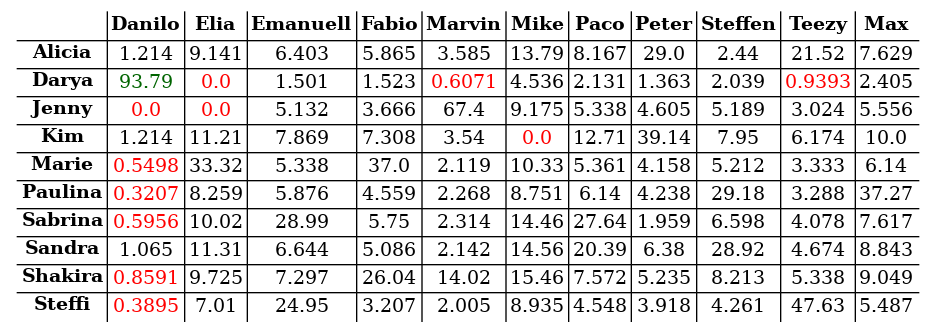
The Graphviz diagram s03r/s03r_tab.png in atticus-sullivan/sim-ayto, before a commit. Its source is kept beside it as s03r/s03r_tab.dot.
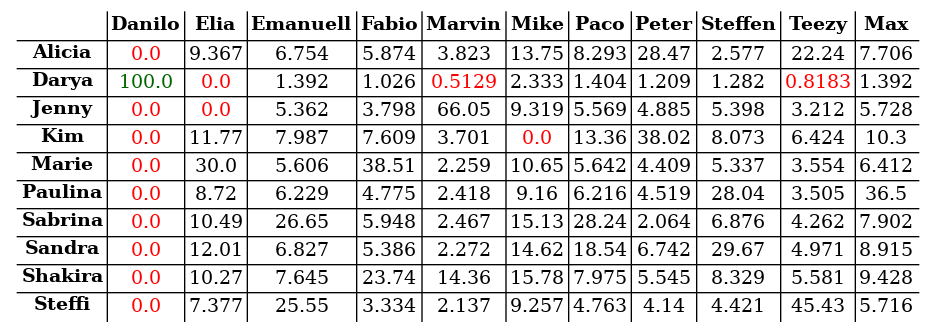
The same file after the commit.

The edit, as a diff of the source:
```diff
@@ -15,134 +15,134 @@
 <td><B>Max</B></td>
 </tr>
 <tr><td><B>Alicia</B></td>
-<td><font color="black">1.214</font></td>
-<td><font color="black">9.141</font></td>
-<td><font color="black">6.403</font></td>
-<td><font color="black">5.865</font></td>
-<td><font color="black">3.585</font></td>
-<td><font color="black">13.79</font></td>
-<td><font color="black">8.167</font></td>
-<td><font color="black">29.0</font></td>
-<td><font color="black">2.44</font></td>
-<td><font color="black">21.52</font></td>
-<td><font color="black">7.629</font></td>
+<td><font color="red">0.0</font></td>
+<td><font color="black">9.367</font></td>
+<td><font color="black">6.754</font></td>
+<td><font color="black">5.874</font></td>
+<td><font color="black">3.823</font></td>
+<td><font color="black">13.75</font></td>
+<td><font color="black">8.293</font></td>
+<td><font color="black">28.47</font></td>
+<td><font color="black">2.577</font></td>
+<td><font color="black">22.24</font></td>
+<td><font color="black">7.706</font></td>
 </tr>
 <tr><td><B>Darya</B></td>
-<td><font color="darkgreen">93.79</font></td>
+<td><font color="darkgreen">100.0</font></td>
 <td><font color="red">0.0</font></td>
-<td><font color="black">1.501</font></td>
-<td><font color="black">1.523</font></td>
-<td><font color="red">0.6071</font></td>
-<td><font color="black">4.536</font></td>
-<td><font color="black">2.131</font></td>
-<td><font color="black">1.363</font></td>
-<td><font color="black">2.039</font></td>
-<td><font color="red">0.9393</font></td>
-<td><font color="black">2.405</font></td>
+<td><font color="black">1.392</font></td>
+<td><font color="black">1.026</font></td>
+<td><font color="red">0.5129</font></td>
+<td><font color="black">2.333</font></td>
+<td><font color="black">1.404</font></td>
+<td><font color="black">1.209</font></td>
+<td><font color="black">1.282</font></td>
+<td><font color="red">0.8183</font></td>
+<td><font color="black">1.392</font></td>
 </tr>
 <tr><td><B>Jenny</B></td>
 <td><font color="red">0.0</font></td>
 <td><font color="red">0.0</font></td>
-<td><font color="black">5.132</font></td>
-<td><font color="black">3.666</font></td>
-<td><font color="black">67.4</font></td>
-<td><font color="black">9.175</font></td>
-<td><font color="black">5.338</font></td>
-<td><font color="black">4.605</font></td>
-<td><font color="black">5.189</font></td>
-<td><font color="black">3.024</font></td>
-<td><font color="black">5.556</font></td>
+<td><font color="black">5.362</font></td>
+<td><font color="black">3.798</font></td>
+<td><font color="black">66.05</font></td>
+<td><font color="black">9.319</font></td>
+<td><font color="black">5.569</font></td>
+<td><font color="black">4.885</font></td>
+<td><font color="black">5.398</font></td>
+<td><font color="black">3.212</font></td>
+<td><font color="black">5.728</font></td>
 </tr>
 <tr><td><B>Kim</B></td>
-<td><font color="black">1.214</font></td>
-<td><font color="black">11.21</font></td>
-<td><font color="black">7.869</font></td>
-<td><font color="black">7.308</font></td>
-<td><font color="black">3.54</font></td>
 <td><font color="red">0.0</font></td>
-<td><font color="black">12.71</font></td>
-<td><font color="black">39.14</font></td>
-<td><font color="black">7.95</font></td>
-<td><font color="black">6.174</font></td>
-<td><font color="black">10.0</font></td>
+<td><font color="black">11.77</font></td>
+<td><font color="black">7.987</font></td>
+<td><font color="black">7.609</font></td>
+<td><font color="black">3.701</font></td>
+<td><font color="red">0.0</font></td>
+<td><font color="black">13.36</font></td>
+<td><font color="black">38.02</font></td>
+<td><font color="black">8.073</font></td>
+<td><font color="black">6.424</font></td>
+<td><font color="black">10.3</font></td>
 </tr>
 <tr><td><B>Marie</B></td>
-<td><font color="red">0.5498</font></td>
-<td><font color="black">33.32</font></td>
-<td><font color="black">5.338</font></td>
-<td><font color="black">37.0</font></td>
-<td><font color="black">2.119</font></td>
-<td><font color="black">10.33</font></td>
-<td><font color="black">5.361</font></td>
-<td><font color="black">4.158</font></td>
-<td><font color="black">5.212</font></td>
-<td><font color="black">3.333</font></td>
-<td><font color="black">6.14</font></td>
+<td><font color="red">0.0</font></td>
+<td><font color="black">30.0</font></td>
+<td><font color="black">5.606</font></td>
+<td><font color="black">38.51</font></td>
+<td><font color="black">2.259</font></td>
+<td><font color="black">10.65</font></td>
+<td><font color="black">5.642</font></td>
+<td><font color="black">4.409</font></td>
+<td><font color="black">5.337</font></td>
+<td><font color="black">3.554</font></td>
+<td><font color="black">6.412</font></td>
 </tr>
 <tr><td><B>Paulina</B></td>
-<td><font color="red">0.3207</font></td>
-<td><font color="black">8.259</font></td>
-<td><font color="black">5.876</font></td>
-<td><font color="black">4.559</font></td>
-<td><font color="black">2.268</font></td>
-<td><font color="black">8.751</font></td>
-<td><font color="black">6.14</font></td>
-<td><font color="black">4.238</font></td>
-<td><font color="black">29.18</font></td>
-<td><font color="black">3.288</font></td>
-<td><font color="black">37.27</font></td>
+<td><font color="red">0.0</font></td>
+<td><font color="black">8.72</font></td>
+<td><font color="black">6.229</font></td>
+<td><font color="black">4.775</font></td>
+<td><font color="black">2.418</font></td>
+<td><font color="black">9.16</font></td>
+<td><font color="black">6.216</font></td>
+<td><font color="black">4.519</font></td>
+<td><font color="black">28.04</font></td>
+<td><font color="black">3.505</font></td>
+<td><font color="black">36.5</font></td>
 </tr>
 <tr><td><B>Sabrina</B></td>
-<td><font color="red">0.5956</font></td>
-<td><font color="black">10.02</font></td>
-<td><font color="black">28.99</font></td>
-<td><font color="black">5.75</font></td>
-<td><font color="black">2.314</font></td>
-<td><font color="black">14.46</font></td>
-<td><font color="black">27.64</font></td>
-<td><font color="black">1.959</font></td>
-<td><font color="black">6.598</font></td>
-<td><font color="black">4.078</font></td>
-<td><font color="black">7.617</font></td>
+<td><font color="red">0.0</font></td>
+<td><font color="black">10.49</font></td>
+<td><font color="black">26.65</font></td>
+<td><font color="black">5.948</font></td>
+<td><font color="black">2.467</font></td>
+<td><font color="black">15.13</font></td>
+<td><font color="black">28.24</font></td>
+<td><font color="black">2.064</font></td>
+<td><font color="black">6.876</font></td>
+<td><font color="black">4.262</font></td>
+<td><font color="black">7.902</font></td>
 </tr>
 <tr><td><B>Sandra</B></td>
-<td><font color="black">1.065</font></td>
-<td><font color="black">11.31</font></td>
-<td><font color="black">6.644</font></td>
-<td><font color="black">5.086</font></td>
-<td><font color="black">2.142</font></td>
-<td><font color="black">14.56</font></td>
-<td><font color="black">20.39</font></td>
-<td><font color="black">6.38</font></td>
-<td><font color="black">28.92</font></td>
-<td><font color="black">4.674</font></td>
-<td><font color="black">8.843</font></td>
+<td><font color="red">0.0</font></td>
+<td><font color="black">12.01</font></td>
+<td><font color="black">6.827</font></td>
+<td><font color="black">5.386</font></td>
+<td><font color="black">2.272</font></td>
+<td><font color="black">14.62</font></td>
+<td><font color="black">18.54</font></td>
+<td><font color="black">6.742</font></td>
+<td><font color="black">29.67</font></td>
+<td><font color="black">4.971</font></td>
+<td><font color="black">8.915</font></td>
 </tr>
 <tr><td><B>Shakira</B></td>
-<td><font color="red">0.8591</font></td>
-<td><font color="black">9.725</font></td>
-<td><font color="black">7.297</font></td>
-<td><font color="black">26.04</font></td>
-<td><font color="black">14.02</font></td>
-<td><font color="black">15.46</font></td>
-<td><font color="black">7.572</font></td>
-<td><font color="black">5.235</font></td>
-<td><font color="black">8.213</font></td>
-<td><font color="black">5.338</font></td>
-<td><font color="black">9.049</font></td>
+<td><font color="red">0.0</font></td>
+<td><font color="black">10.27</font></td>
+<td><font color="black">7.645</font></td>
+<td><font color="black">23.74</font></td>
+<td><font color="black">14.36</font></td>
+<td><font color="black">15.78</font></td>
+<td><font color="black">7.975</font></td>
+<td><font color="black">5.545</font></td>
+<td><font color="black">8.329</font></td>
+<td><font color="black">5.581</font></td>
+<td><font color="black">9.428</font></td>
 </tr>
 <tr><td><B>Steffi</B></td>
-<td><font color="red">0.3895</font></td>
-<td><font color="black">7.01</font></td>
-<td><font color="black">24.95</font></td>
-<td><font color="black">3.207</font></td>
-<td><font color="black">2.005</font></td>
-<td><font color="black">8.935</font></td>
-<td><font color="black">4.548</font></td>
-<td><font color="black">3.918</font></td>
-<td><font color="black">4.261</font></td>
-<td><font color="black">47.63</font></td>
-<td><font color="black">5.487</font></td>
+<td><font color="red">0.0</font></td>
+<td><font color="black">7.377</font></td>
+<td><font color="black">25.55</font></td>
+<td><font color="black">3.334</font></td>
+<td><font color="black">2.137</font></td>
+<td><font color="black">9.257</font></td>
+<td><font color="black">4.763</font></td>
+<td><font color="black">4.14</font></td>
+<td><font color="black">4.421</font></td>
+<td><font color="black">45.43</font></td>
+<td><font color="black">5.716</font></td>
 </tr>
 </table>
 >];}
```
